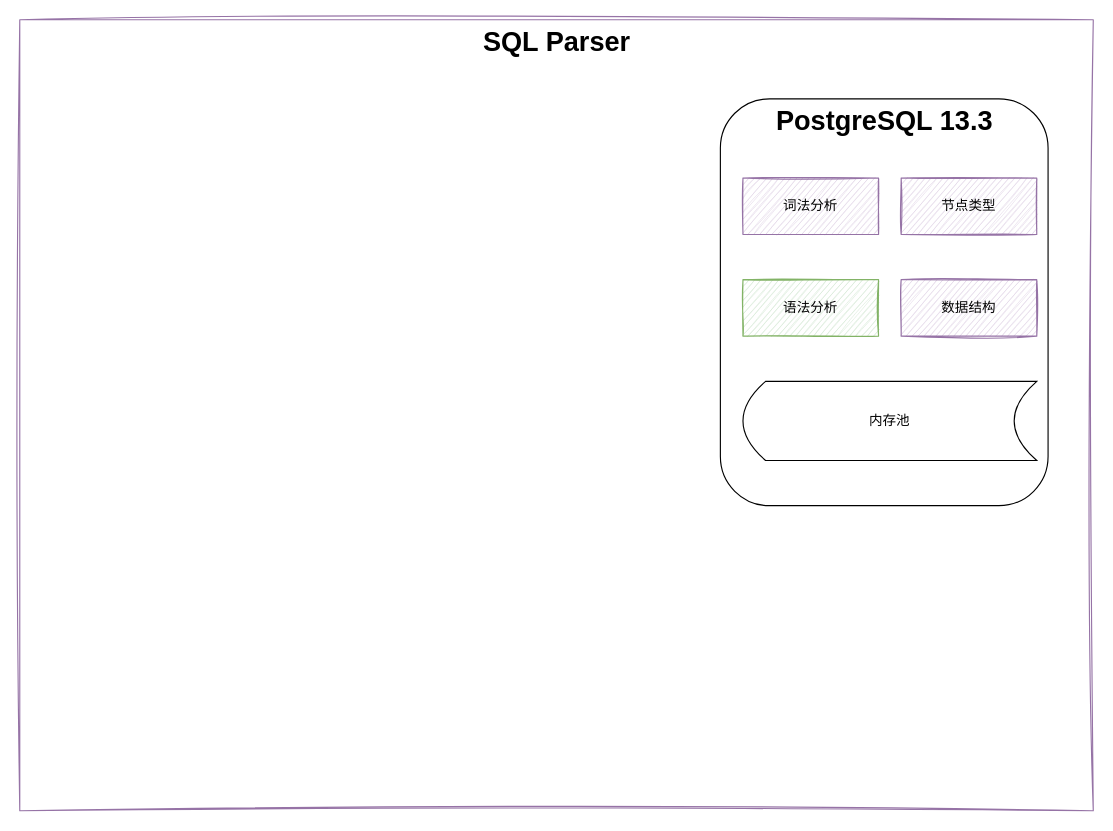
Above: sqlparser/SQLParser.drawio in leonce28/drawio (draw.io), before the change. Source tidied: cells renumbered, new cells numbered last; positions are measured from the earlier drawing's top-left corner, leaving out a move shared by most shapes. Both pictures are drawn from the tidied source at 113%, with x=0, y=0 at pixel (19, 19).
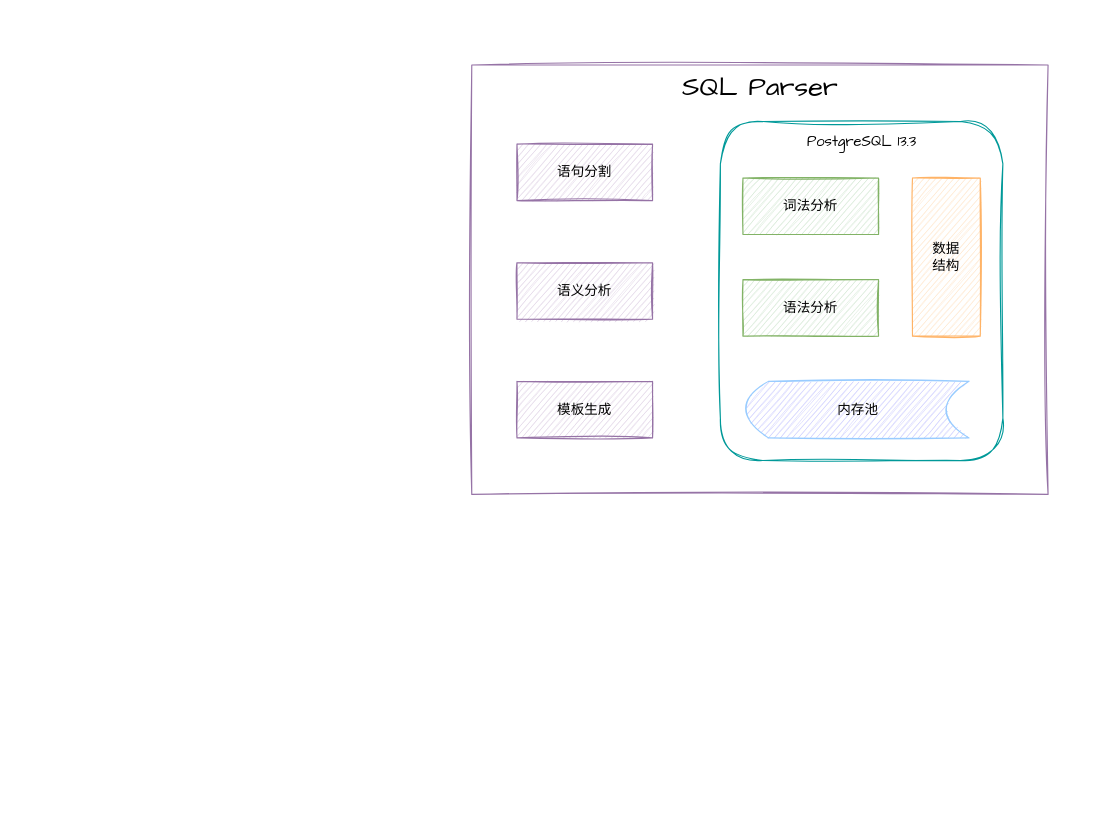
The same diagram, later.

Diff of the diagram source:
```diff
@@
 <mxGraphModel>
   <root>
     <mxCell id="0" />
     <mxCell id="1" parent="0" />
     <mxCell id="2" style="rounded=0;whiteSpace=wrap;html=1;sketch=1;curveFitting=1;jiggle=2;fillColor=none;strokeColor=#9673a6;fillStyle=auto;gradientDirection=north;" parent="1" vertex="1">
-      <mxGeometry width="950" height="700" as="geometry" />
+      <mxGeometry x="400" y="40" width="510" height="380" as="geometry" />
     </mxCell>
-    <mxCell id="3" style="rounded=1;whiteSpace=wrap;html=1;fillColor=none;" parent="1" vertex="1">
-      <mxGeometry x="620" y="70" width="290" height="360" as="geometry" />
+    <mxCell id="3" style="rounded=1;whiteSpace=wrap;html=1;fillColor=none;strokeColor=#009999;sketch=1;curveFitting=1;jiggle=2;fillStyle=auto;gradientDirection=north;fontFamily=Comic Sans MS;" parent="1" vertex="1">
+      <mxGeometry x="620" y="90" width="250" height="300" as="geometry" />
     </mxCell>
-    <mxCell id="4" value="词法分析" style="rounded=0;whiteSpace=wrap;html=1;fillStyle=auto;fillColor=#e1d5e7;gradientDirection=north;sketch=1;strokeColor=#9673a6;" parent="1" vertex="1">
+    <mxCell id="4" value="词法分析" style="rounded=0;whiteSpace=wrap;html=1;fillStyle=auto;fillColor=#d5e8d4;gradientDirection=north;sketch=1;strokeColor=#82b366;fontFamily=Helvetica;" parent="1" vertex="1">
       <mxGeometry x="640" y="140" width="120" height="50" as="geometry" />
     </mxCell>
-    <mxCell id="5" value="语法分析" style="rounded=0;whiteSpace=wrap;html=1;fillStyle=auto;fillColor=#d5e8d4;gradientDirection=north;sketch=1;strokeColor=#82b366;" parent="1" vertex="1">
+    <mxCell id="5" value="语法分析" style="rounded=0;whiteSpace=wrap;html=1;fillStyle=auto;fillColor=#d5e8d4;gradientDirection=north;sketch=1;strokeColor=#82b366;fontFamily=Helvetica;" parent="1" vertex="1">
       <mxGeometry x="640" y="230" width="120" height="50" as="geometry" />
     </mxCell>
-    <mxCell id="6" value="SQL Parser" style="text;strokeColor=none;fillColor=none;html=1;fontSize=24;fontStyle=1;verticalAlign=middle;align=center;" parent="1" vertex="1">
-      <mxGeometry x="380" width="190" height="40" as="geometry" />
+    <mxCell id="6" value="SQL Parser" style="text;html=1;fontSize=24;fontStyle=0;verticalAlign=middle;align=center;rounded=0;fontFamily=Comic Sans MS;" parent="1" vertex="1">
+      <mxGeometry x="560" y="40" width="190" height="40" as="geometry" />
     </mxCell>
-    <mxCell id="7" value="内存池" style="shape=dataStorage;whiteSpace=wrap;html=1;fixedSize=1;" parent="1" vertex="1">
-      <mxGeometry x="640" y="320" width="260" height="70" as="geometry" />
+    <mxCell id="7" value="内存池" style="shape=dataStorage;whiteSpace=wrap;html=1;fixedSize=1;fillColor=#CCCCFF;strokeColor=#99CCFF;rounded=0;fillStyle=auto;gradientDirection=north;sketch=1;fontFamily=Helvetica;" parent="1" vertex="1">
+      <mxGeometry x="642.5" y="320" width="197.5" height="50" as="geometry" />
     </mxCell>
-    <mxCell id="8" value="PostgreSQL 13.3" style="text;strokeColor=none;fillColor=none;html=1;fontSize=24;fontStyle=1;verticalAlign=middle;align=center;" parent="1" vertex="1">
-      <mxGeometry x="670" y="70" width="190" height="40" as="geometry" />
+    <mxCell id="8" value="&lt;span style=&quot;font-weight: normal;&quot;&gt;&lt;font style=&quot;font-size: 13px;&quot;&gt;PostgreSQL 13.3&lt;/font&gt;&lt;/span&gt;" style="text;strokeColor=none;fillColor=none;html=1;fontSize=24;fontStyle=1;verticalAlign=middle;align=center;fontFamily=Comic Sans MS;" parent="1" vertex="1">
+      <mxGeometry x="670" y="90" width="150" height="30" as="geometry" />
     </mxCell>
-    <mxCell id="9" value="数据结构" style="rounded=0;whiteSpace=wrap;html=1;fillStyle=auto;fillColor=#e1d5e7;gradientDirection=north;sketch=1;strokeColor=#9673a6;" parent="1" vertex="1">
-      <mxGeometry x="780" y="230" width="120" height="50" as="geometry" />
+    <mxCell id="9" value="数据&lt;br&gt;结构" style="rounded=0;whiteSpace=wrap;html=1;fillStyle=auto;fillColor=#FFE6CC;gradientDirection=north;sketch=1;strokeColor=#FFB366;fontFamily=Helvetica;" parent="1" vertex="1">
+      <mxGeometry x="790" y="140" width="60" height="140" as="geometry" />
     </mxCell>
-    <mxCell id="10" value="节点类型" style="rounded=0;whiteSpace=wrap;html=1;fillStyle=auto;fillColor=#e1d5e7;gradientDirection=north;sketch=1;strokeColor=#9673a6;" parent="1" vertex="1">
-      <mxGeometry x="780" y="140" width="120" height="50" as="geometry" />
-    </mxCell>
+    <mxCell id="11" value="语义分析" style="rounded=0;whiteSpace=wrap;html=1;fillStyle=auto;fillColor=#e1d5e7;gradientDirection=north;sketch=1;strokeColor=#9673a6;fontFamily=Helvetica;" parent="1" vertex="1">
+      <mxGeometry x="440" y="215" width="120" height="50" as="geometry" />
+    </mxCell>
+    <mxCell id="12" value="模板生成" style="rounded=0;whiteSpace=wrap;html=1;fillStyle=auto;fillColor=#e1d5e7;gradientDirection=north;sketch=1;strokeColor=#9673a6;fontFamily=Helvetica;" parent="1" vertex="1">
+      <mxGeometry x="440" y="320" width="120" height="50" as="geometry" />
+    </mxCell>
+    <mxCell id="13" value="语句分割" style="rounded=0;whiteSpace=wrap;html=1;fillStyle=auto;fillColor=#e1d5e7;gradientDirection=north;sketch=1;strokeColor=#9673a6;fontFamily=Helvetica;" parent="1" vertex="1">
+      <mxGeometry x="440" y="110" width="120" height="50" as="geometry" />
+    </mxCell>
   </root>
 </mxGraphModel>
```
